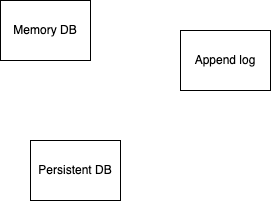
The draw.io diagram images/arch_overview.png in shohamlevy/meteriot, before a commit. Source tidied: cells renumbered, new cells last; positions are measured from the earlier drawing's top-left corner, leaving out a move shared by most shapes.
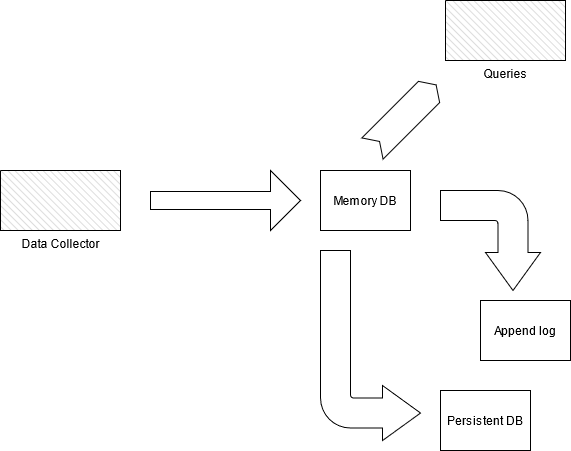
The same diagram one commit later.

Diff of the diagram source:
```diff
@@ -3,13 +3,31 @@
     <mxCell id="0" />
     <mxCell id="1" parent="0" />
     <mxCell id="2" value="Memory DB" style="rounded=0;whiteSpace=wrap;html=1;" parent="1" vertex="1">
-      <mxGeometry width="90" height="60" as="geometry" />
+      <mxGeometry x="-30" y="-130" width="90" height="60" as="geometry" />
     </mxCell>
     <mxCell id="3" value="Persistent DB" style="rounded=0;whiteSpace=wrap;html=1;" parent="1" vertex="1">
-      <mxGeometry x="30" y="140" width="90" height="60" as="geometry" />
+      <mxGeometry x="90" y="90" width="90" height="60" as="geometry" />
     </mxCell>
     <mxCell id="4" value="Append log" style="rounded=0;whiteSpace=wrap;html=1;" parent="1" vertex="1">
-      <mxGeometry x="180" y="30" width="90" height="60" as="geometry" />
+      <mxGeometry x="130" width="90" height="60" as="geometry" />
     </mxCell>
+    <mxCell id="5" value="Queries" style="verticalLabelPosition=bottom;verticalAlign=top;html=1;shape=mxgraph.basic.patternFillRect;fillStyle=diagRev;step=5;fillStrokeWidth=0.2;fillStrokeColor=#dddddd;" parent="1" vertex="1">
+      <mxGeometry x="95" y="-300" width="120" height="60" as="geometry" />
+    </mxCell>
+    <mxCell id="6" value="Data Collector" style="verticalLabelPosition=bottom;verticalAlign=top;html=1;shape=mxgraph.basic.patternFillRect;fillStyle=diagRev;step=5;fillStrokeWidth=0.2;fillStrokeColor=#dddddd;" parent="1" vertex="1">
+      <mxGeometry x="-350" y="-130" width="120" height="60" as="geometry" />
+    </mxCell>
+    <mxCell id="7" style="shape=singleArrow;whiteSpace=wrap;html=1;" parent="1" vertex="1">
+      <mxGeometry x="-200" y="-130" width="150" height="60" as="geometry" />
+    </mxCell>
+    <mxCell id="8" style="html=1;shadow=0;dashed=0;align=center;verticalAlign=middle;shape=mxgraph.arrows2.bendArrow;dy=15;dx=38;notch=0;arrowHead=55;rounded=1;rotation=90;" parent="1" vertex="1">
+      <mxGeometry x="90" y="-110" width="100" height="100" as="geometry" />
+    </mxCell>
+    <mxCell id="9" style="html=1;shadow=0;dashed=0;align=center;verticalAlign=middle;shape=mxgraph.arrows2.bendArrow;dy=15;dx=38;notch=0;arrowHead=55;rounded=1;rotation=0;flipV=1;" parent="1" vertex="1">
+      <mxGeometry x="-30" y="-50" width="100" height="190" as="geometry" />
+    </mxCell>
+    <mxCell id="10" style="html=1;shadow=0;dashed=0;align=center;verticalAlign=middle;shape=mxgraph.arrows2.arrow;dy=0;dx=10;notch=10;rotation=-45;" parent="1" vertex="1">
+      <mxGeometry x="8.8" y="-198.8" width="90" height="30" as="geometry" />
+    </mxCell>
   </root>
 </mxGraphModel>
```
